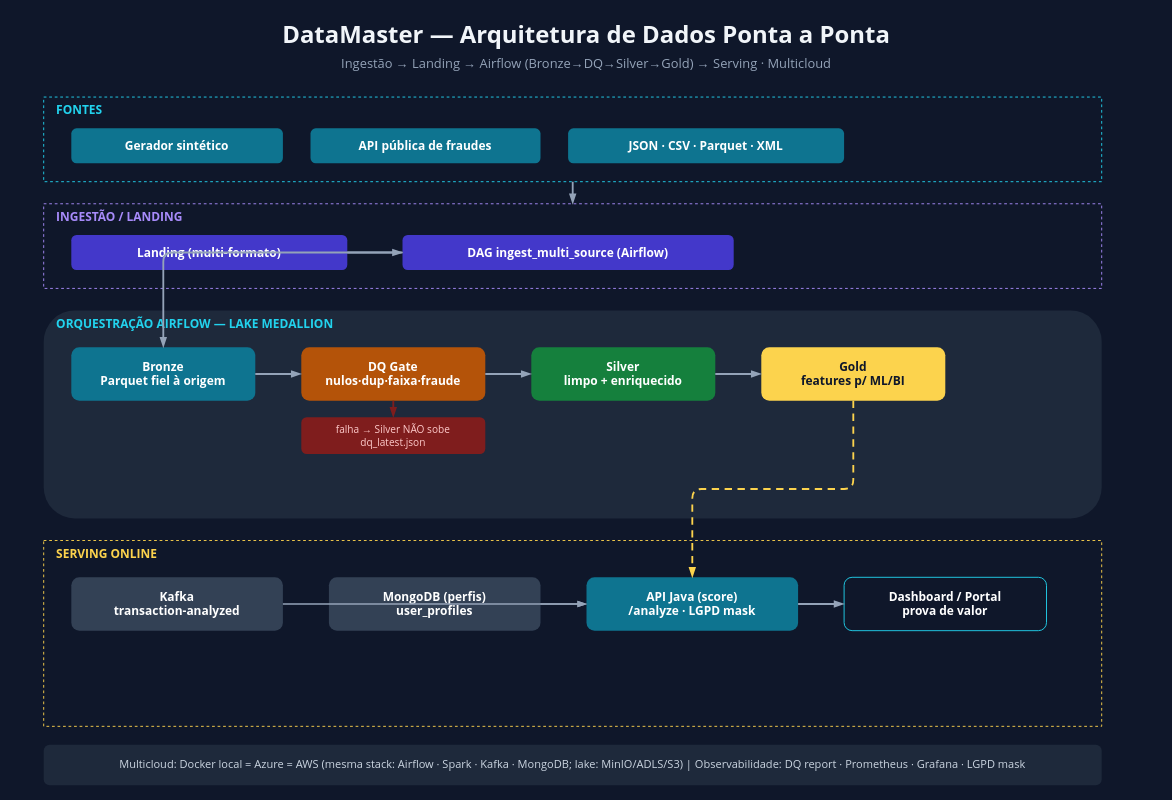
jeronimo0007/datamaster3 keeps this draw.io diagram as docs/arquitetura/datamaster-00-visao-geral.drawio. Above is the earlier version. Source tidied: cells renumbered, new cells numbered last; positions are measured from the earlier drawing's top-left corner, leaving out a move shared by most shapes. Both pictures are drawn from the tidied source at 92%, with x=0, y=0 at pixel (16, 8).
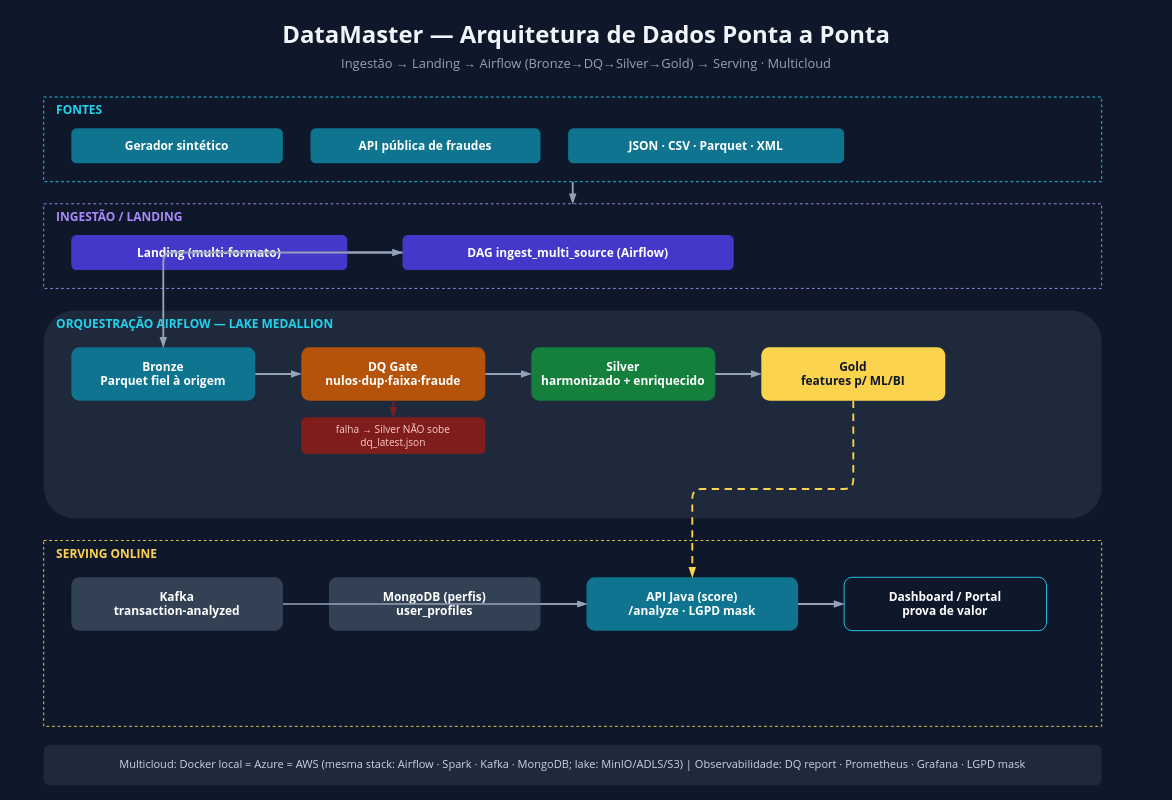
After the change.

Diff of the diagram source:
```diff
@@
-    <mxCell id="15" value="Silver&#10;limpo + enriquecido" style="rounded=1;whiteSpace=wrap;html=1;fillColor=#15803d;strokeColor=none;fontColor=#FFFFFF;fontFamily=Segoe UI;fontSize=13;fontStyle=1;align=center;verticalAlign=middle;" parent="2" vertex="1">
+    <mxCell id="15" value="Silver&#10;harmonizado + enriquecido" style="rounded=1;whiteSpace=wrap;html=1;fillColor=#15803d;strokeColor=none;fontColor=#FFFFFF;fontFamily=Segoe UI;fontSize=13;fontStyle=1;align=center;verticalAlign=middle;" parent="2" vertex="1">
       <mxGeometry x="560" y="368" width="200" height="58" as="geometry" />
     </mxCell>
```
